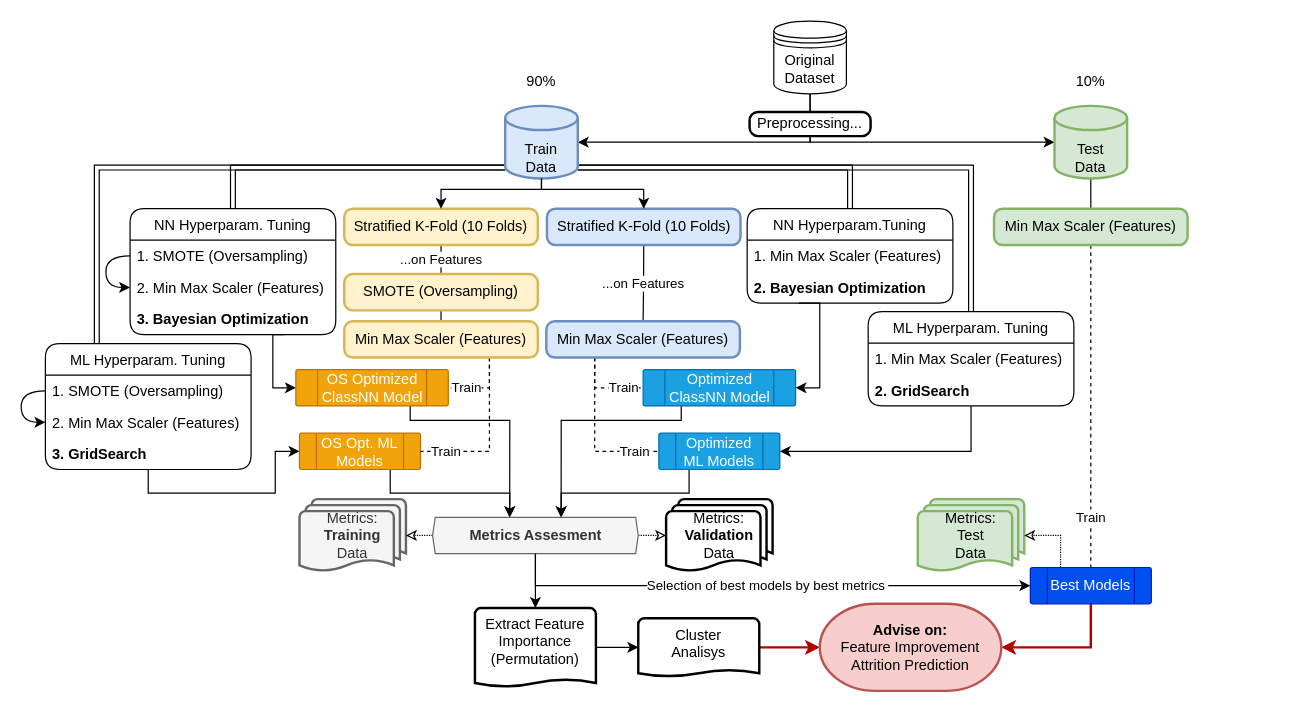
HenrikPereira/EDSBproject keeps this draw.io diagram as Resources/modeling.drawio. Above is the earlier version. Source tidied: cells renumbered, new cells numbered last; positions are measured from the earlier drawing's top-left corner, leaving out a move shared by most shapes. Both pictures are drawn from the tidied source at 121%, with x=0, y=0 at pixel (21, 21).
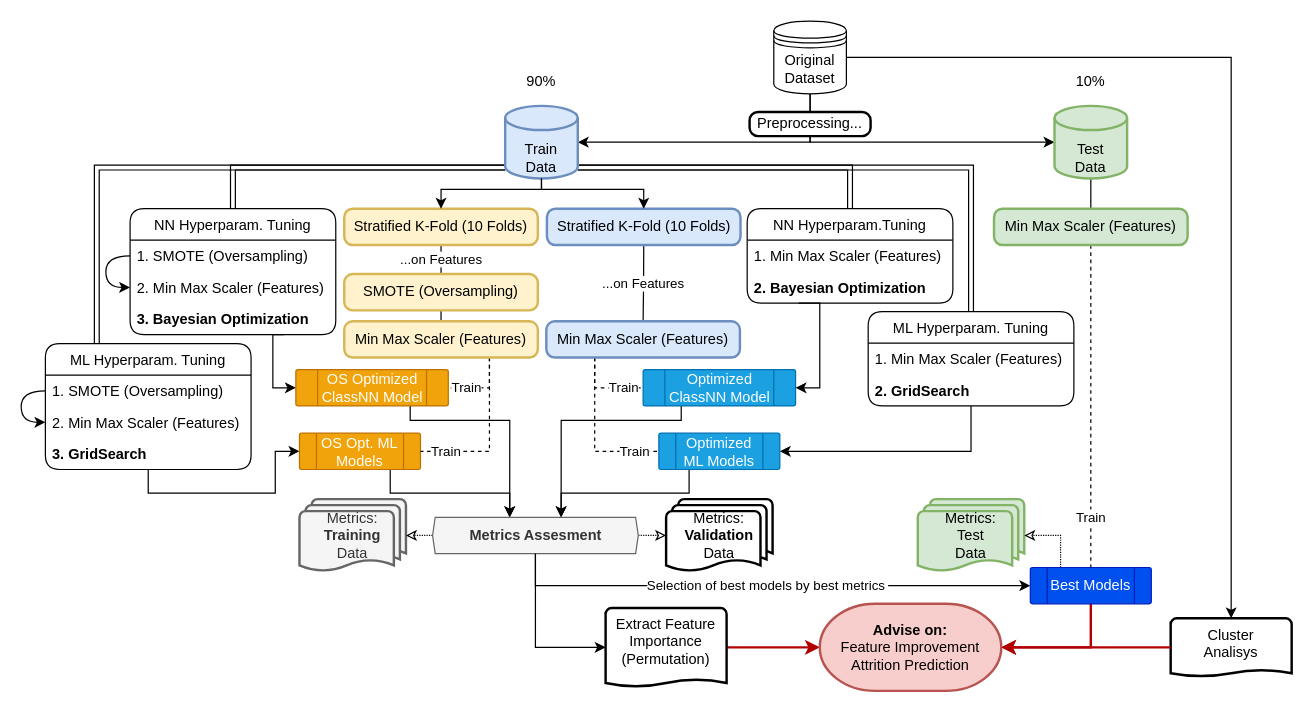
Above is the later version.

Unchanged cells that the change refers to:
```xml
<mxCell id="43" value="Metrics Assesment" style="verticalLabelPosition=middle;verticalAlign=middle;html=1;shape=hexagon;perimeter=hexagonPerimeter2;arcSize=6;size=0.01276595744680851;labelPosition=center;align=center;fillColor=#f5f5f5;strokeColor=#666666;fontColor=#333333;fontStyle=1;" parent="1" vertex="1">
  <mxGeometry x="340" y="410" width="170" height="30" as="geometry" />
</mxCell>
<mxCell id="53" value="&lt;b&gt;Advise on:&lt;br&gt;&lt;/b&gt;&lt;span&gt;Feature Improvement&lt;/span&gt;&lt;br&gt;&lt;span&gt;Attrition Prediction&lt;/span&gt;" style="strokeWidth=2;html=1;shape=mxgraph.flowchart.terminator;whiteSpace=wrap;fillColor=#f8cecc;strokeColor=#b85450;" parent="1" vertex="1">
  <mxGeometry x="660" y="481.5" width="150" height="72" as="geometry" />
</mxCell>
<mxCell id="73" value="Original&lt;br&gt;Dataset" style="shape=datastore;whiteSpace=wrap;html=1;" parent="72" vertex="1">
  <mxGeometry x="20" width="60" height="60" as="geometry" />
</mxCell>
```

What changed in the source:
```diff
@@
-    <mxCell id="44" style="edgeStyle=orthogonalEdgeStyle;rounded=0;jettySize=auto;html=1;exitX=0.5;exitY=1;exitDx=0;exitDy=0;entryX=0.5;entryY=0;entryDx=0;entryDy=0;entryPerimeter=0;startArrow=none;startFill=0;endArrow=classic;endFill=1;" parent="1" edge="1" source="43" target="50">
+    <mxCell id="44" style="edgeStyle=orthogonalEdgeStyle;rounded=0;jettySize=auto;html=1;exitX=0.5;exitY=1;exitDx=0;exitDy=0;entryX=0;entryY=0.5;entryDx=0;entryDy=0;entryPerimeter=0;startArrow=none;startFill=0;endArrow=classic;endFill=1;" parent="1" edge="1" source="43" target="50">
       <mxGeometry relative="1" as="geometry" />
     </mxCell>
@@
-    <mxCell id="48" style="edgeStyle=orthogonalEdgeStyle;rounded=0;jettySize=auto;html=1;exitX=1;exitY=0.5;exitDx=0;exitDy=0;exitPerimeter=0;entryX=0;entryY=0.5;entryDx=0;entryDy=0;entryPerimeter=0;endArrow=classic;endFill=1;strokeWidth=2;fillColor=#e51400;strokeColor=#B20000;" parent="1" edge="1" source="77" target="53">
+    <mxCell id="48" style="edgeStyle=orthogonalEdgeStyle;rounded=0;jettySize=auto;html=1;exitX=1;exitY=0.5;exitDx=0;exitDy=0;exitPerimeter=0;entryX=0;entryY=0.5;entryDx=0;entryDy=0;entryPerimeter=0;endArrow=classic;endFill=1;strokeWidth=2;fillColor=#e51400;strokeColor=#B20000;" parent="1" edge="1" source="50" target="53">
       <mxGeometry relative="1" as="geometry" />
     </mxCell>
-    <mxCell id="49" style="edgeStyle=orthogonalEdgeStyle;rounded=0;jettySize=auto;html=1;endArrow=classic;endFill=1;" parent="1" edge="1" source="50" target="77">
-      <mxGeometry relative="1" as="geometry" />
-    </mxCell>
     <mxCell id="50" value="Extract Feature Importance&lt;br&gt;(Permutation)" style="strokeWidth=2;html=1;shape=mxgraph.flowchart.document2;whiteSpace=wrap;size=0.09333333333333334;verticalAlign=top;" parent="1" vertex="1">
-      <mxGeometry x="375" y="485" width="100" height="65" as="geometry" />
+      <mxGeometry x="483" y="485" width="100" height="65" as="geometry" />
     </mxCell>
@@
     <mxCell id="77" value="Cluster &lt;br&gt;Analisys" style="strokeWidth=2;html=1;shape=mxgraph.flowchart.document2;whiteSpace=wrap;size=0.11;verticalAlign=top;" parent="1" vertex="1">
-      <mxGeometry x="510" y="493.5" width="100" height="48" as="geometry" />
+      <mxGeometry x="950" y="493.5" width="100" height="48" as="geometry" />
     </mxCell>
+    <mxCell id="78" style="edgeStyle=orthogonalEdgeStyle;rounded=0;jettySize=auto;html=1;exitX=1;exitY=0.5;exitDx=0;exitDy=0;entryX=0.5;entryY=0;entryDx=0;entryDy=0;entryPerimeter=0;" parent="1" edge="1" source="73" target="77">
+      <mxGeometry relative="1" as="geometry" />
+    </mxCell>
+    <mxCell id="79" style="edgeStyle=orthogonalEdgeStyle;rounded=0;jettySize=auto;html=1;exitX=0;exitY=0.5;exitDx=0;exitDy=0;entryX=1;entryY=0.5;entryDx=0;entryDy=0;entryPerimeter=0;endArrow=classic;endFill=1;strokeWidth=2;fillColor=#e51400;strokeColor=#B20000;exitPerimeter=0;" parent="1" edge="1" source="77" target="53">
+      <mxGeometry relative="1" as="geometry" />
+    </mxCell>
```
